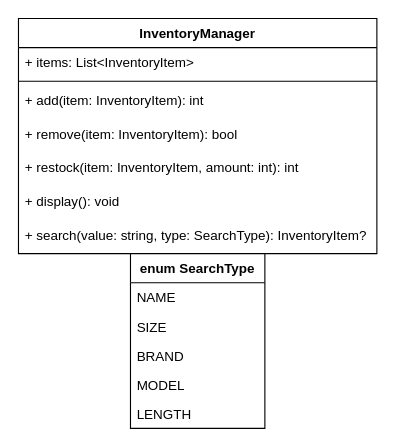
scoutchorton/cst-150 keeps this draw.io diagram as Milestone3/Milestone3.drawio. Above is the earlier version. Source tidied: cells renumbered, new cells numbered last; positions are measured from the earlier drawing's top-left corner, leaving out a move shared by most shapes. Both pictures are drawn from the tidied source at 112%, with x=0, y=0 at pixel (18, 18).
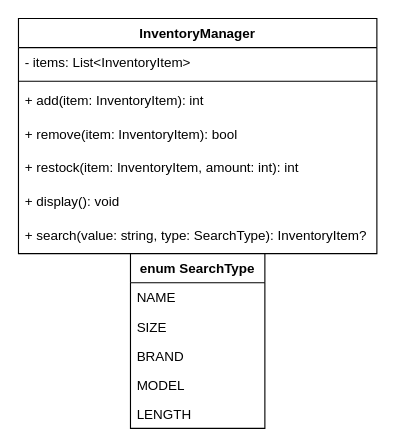
The same diagram, later.

Change to the diagram source:
```diff
@@
 <mxGraphModel>
   <root>
     <mxCell id="0" />
     <mxCell id="1" parent="0" />
     <mxCell id="2" value="InventoryManager" style="swimlane;fontStyle=1;align=center;verticalAlign=top;horizontal=1;startSize=26;" parent="1" vertex="1">
       <mxGeometry width="320" height="210" as="geometry" />
     </mxCell>
-    <mxCell id="3" value="+ items: List&lt;InventoryItem&gt;" style="text;strokeColor=none;fillColor=none;align=left;verticalAlign=top;spacingLeft=4;spacingRight=4;overflow=hidden;" parent="2" vertex="1">
+    <mxCell id="3" value="- items: List&lt;InventoryItem&gt;" style="text;strokeColor=none;fillColor=none;align=left;verticalAlign=top;spacingLeft=4;spacingRight=4;overflow=hidden;" parent="2" vertex="1">
       <mxGeometry y="26" width="320" height="26" as="geometry" />
     </mxCell>
     <mxCell id="4" style="line;strokeWidth=1;fillColor=none;align=left;verticalAlign=middle;spacingTop=-1;spacingLeft=3;spacingRight=3;labelPosition=right;strokeColor=inherit;" parent="2" vertex="1">
       <mxGeometry y="52" width="320" height="8" as="geometry" />
     </mxCell>
     <mxCell id="5" value="+ add(item: InventoryItem): int" style="text;strokeColor=none;fillColor=none;align=left;verticalAlign=top;spacingLeft=4;spacingRight=4;overflow=hidden;" parent="2" vertex="1">
       <mxGeometry y="60" width="320" height="30" as="geometry" />
     </mxCell>
     <mxCell id="6" value="+ remove(item: InventoryItem): bool" style="text;strokeColor=none;fillColor=none;align=left;verticalAlign=top;spacingLeft=4;spacingRight=4;overflow=hidden;" parent="2" vertex="1">
       <mxGeometry y="90" width="320" height="30" as="geometry" />
     </mxCell>
     <mxCell id="7" value="+ restock(item: InventoryItem, amount: int): int" style="text;strokeColor=none;fillColor=none;align=left;verticalAlign=top;spacingLeft=4;spacingRight=4;overflow=hidden;" parent="2" vertex="1">
       <mxGeometry y="120" width="320" height="30" as="geometry" />
     </mxCell>
     <mxCell id="8" value="+ display(): void" style="text;strokeColor=none;fillColor=none;align=left;verticalAlign=top;spacingLeft=4;spacingRight=4;overflow=hidden;" parent="2" vertex="1">
       <mxGeometry y="150" width="320" height="30" as="geometry" />
     </mxCell>
     <mxCell id="9" value="+ search(value: string, type: SearchType): InventoryItem?" style="text;strokeColor=none;fillColor=none;align=left;verticalAlign=top;spacingLeft=4;spacingRight=4;overflow=hidden;" parent="2" vertex="1">
       <mxGeometry y="180" width="320" height="30" as="geometry" />
     </mxCell>
     <mxCell id="10" value="enum SearchType" style="swimlane;fontStyle=1;align=center;verticalAlign=top;horizontal=1;startSize=26;" parent="1" vertex="1">
       <mxGeometry x="100" y="210" width="120" height="156" as="geometry" />
     </mxCell>
     <mxCell id="11" value="NAME" style="text;strokeColor=none;fillColor=none;align=left;verticalAlign=top;spacingLeft=4;spacingRight=4;overflow=hidden;" parent="10" vertex="1">
       <mxGeometry y="26" width="120" height="26" as="geometry" />
     </mxCell>
     <mxCell id="12" value="SIZE" style="text;strokeColor=none;fillColor=none;align=left;verticalAlign=top;spacingLeft=4;spacingRight=4;overflow=hidden;" parent="10" vertex="1">
       <mxGeometry y="52" width="120" height="26" as="geometry" />
     </mxCell>
     <mxCell id="13" value="BRAND" style="text;strokeColor=none;fillColor=none;align=left;verticalAlign=top;spacingLeft=4;spacingRight=4;overflow=hidden;" parent="10" vertex="1">
       <mxGeometry y="78" width="120" height="26" as="geometry" />
     </mxCell>
     <mxCell id="14" value="MODEL" style="text;strokeColor=none;fillColor=none;align=left;verticalAlign=top;spacingLeft=4;spacingRight=4;overflow=hidden;" parent="10" vertex="1">
       <mxGeometry y="104" width="120" height="26" as="geometry" />
     </mxCell>
     <mxCell id="15" value="LENGTH" style="text;strokeColor=none;fillColor=none;align=left;verticalAlign=top;spacingLeft=4;spacingRight=4;overflow=hidden;" parent="10" vertex="1">
       <mxGeometry y="130" width="120" height="26" as="geometry" />
     </mxCell>
   </root>
 </mxGraphModel>
```
